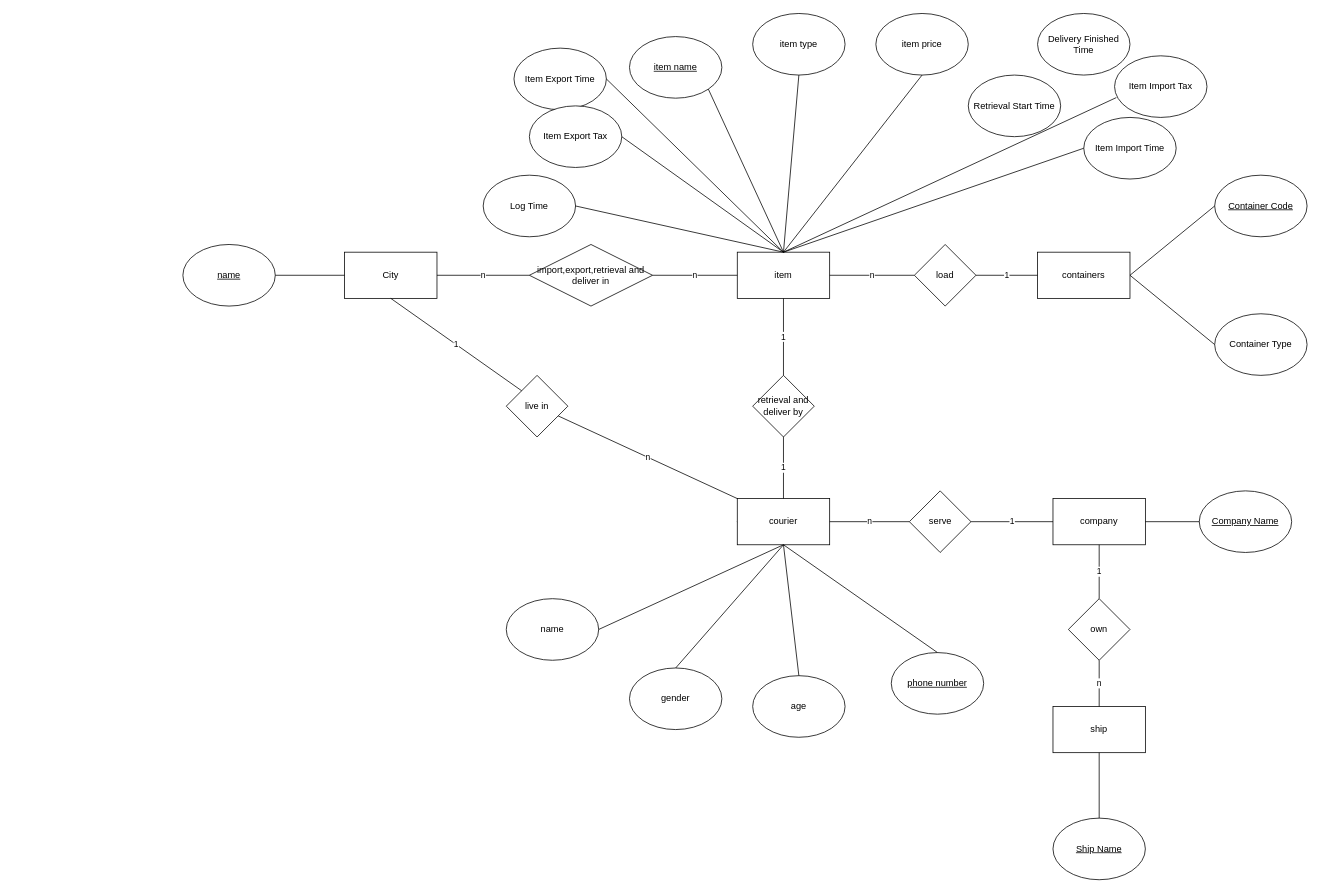
Before: er.drawio in lnsxy/CS307_project1, a draw.io diagram. Source tidied: cells renumbered, new cells numbered last; positions are measured from the earlier drawing's top-left corner, leaving out a move shared by most shapes. Both pictures are drawn from the tidied source at 77%, with x=0, y=0 at pixel (182, 13).
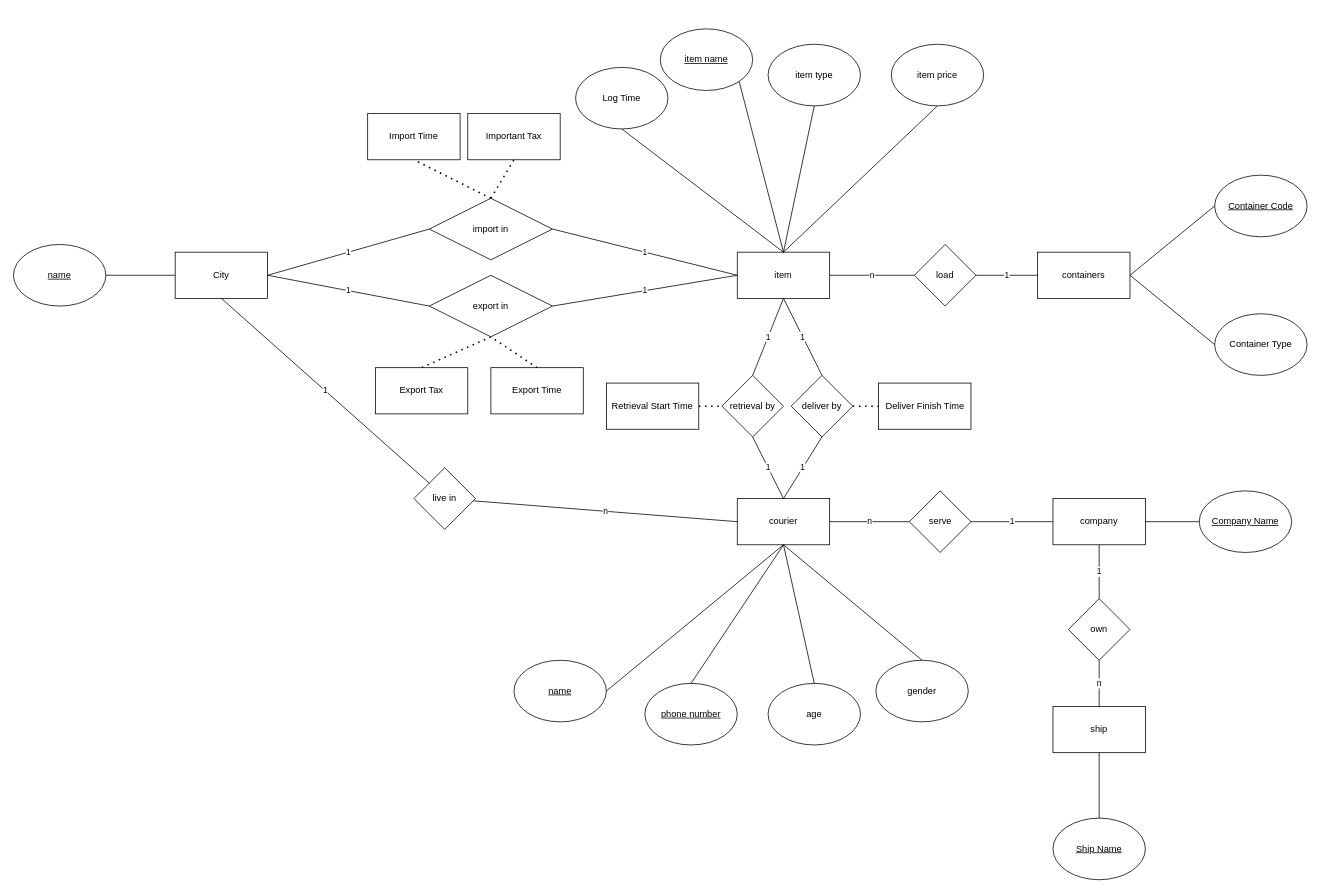
Above is the later version.

The change refers to these unchanged cells:
```xml
<mxCell id="2" value="item" style="rounded=0;whiteSpace=wrap;html=1;" parent="1" vertex="1">
  <mxGeometry x="720" y="310" width="120" height="60" as="geometry" />
</mxCell>
<mxCell id="10" value="courier" style="rounded=0;whiteSpace=wrap;html=1;" parent="1" vertex="1">
  <mxGeometry x="720" y="630" width="120" height="60" as="geometry" />
</mxCell>
```

What changed in the source:
```diff
@@
     <mxCell id="3" value="item name" style="ellipse;whiteSpace=wrap;html=1;fontStyle=4;" parent="1" vertex="1">
-      <mxGeometry x="580" y="30" width="120" height="80" as="geometry" />
+      <mxGeometry x="620" y="20" width="120" height="80" as="geometry" />
     </mxCell>
@@
     <mxCell id="5" value="item type" style="ellipse;whiteSpace=wrap;html=1;" parent="1" vertex="1">
-      <mxGeometry x="740" width="120" height="80" as="geometry" />
+      <mxGeometry x="760" y="40" width="120" height="80" as="geometry" />
     </mxCell>
@@
     <mxCell id="7" value="item price" style="ellipse;whiteSpace=wrap;html=1;" parent="1" vertex="1">
-      <mxGeometry x="900" width="120" height="80" as="geometry" />
+      <mxGeometry x="920" y="40" width="120" height="80" as="geometry" />
     </mxCell>
@@
-    <mxCell id="14" value="&#10;&#10;Retrieval Start Time&#10;&#10;" style="ellipse;whiteSpace=wrap;html=1;" parent="1" vertex="1">
-      <mxGeometry x="1020" y="80" width="120" height="80" as="geometry" />
-    </mxCell>
-    <mxCell id="15" value="name" style="ellipse;whiteSpace=wrap;html=1;" parent="1" vertex="1">
-      <mxGeometry x="420" y="760" width="120" height="80" as="geometry" />
+    <mxCell id="15" value="&lt;u&gt;name&lt;/u&gt;" style="ellipse;whiteSpace=wrap;html=1;" parent="1" vertex="1">
+      <mxGeometry x="430" y="840" width="120" height="80" as="geometry" />
     </mxCell>
     <mxCell id="16" value="gender" style="ellipse;whiteSpace=wrap;html=1;" parent="1" vertex="1">
-      <mxGeometry x="580" y="850" width="120" height="80" as="geometry" />
+      <mxGeometry x="900" y="840" width="120" height="80" as="geometry" />
     </mxCell>
     <mxCell id="17" value="age" style="ellipse;whiteSpace=wrap;html=1;" parent="1" vertex="1">
-      <mxGeometry x="740" y="860" width="120" height="80" as="geometry" />
+      <mxGeometry x="760" y="870" width="120" height="80" as="geometry" />
     </mxCell>
     <mxCell id="18" value="phone number" style="ellipse;whiteSpace=wrap;html=1;fontStyle=4;" parent="1" vertex="1">
-      <mxGeometry x="920" y="830" width="120" height="80" as="geometry" />
+      <mxGeometry x="600" y="870" width="120" height="80" as="geometry" />
     </mxCell>
@@
-    <mxCell id="23" value="Delivery Finished Time" style="ellipse;whiteSpace=wrap;html=1;" parent="1" vertex="1">
-      <mxGeometry x="1110" width="120" height="80" as="geometry" />
-    </mxCell>
-    <mxCell id="24" value="Item Import Time" style="ellipse;whiteSpace=wrap;html=1;" parent="1" vertex="1">
-      <mxGeometry x="1170" y="135" width="120" height="80" as="geometry" />
-    </mxCell>
-    <mxCell id="25" value="Item Import Tax" style="ellipse;whiteSpace=wrap;html=1;" parent="1" vertex="1">
-      <mxGeometry x="1210" y="55" width="120" height="80" as="geometry" />
-    </mxCell>
-    <mxCell id="26" value="Item Export Time" style="ellipse;whiteSpace=wrap;html=1;" parent="1" vertex="1">
-      <mxGeometry x="430" y="45" width="120" height="80" as="geometry" />
-    </mxCell>
-    <mxCell id="27" value="Item Export Tax" style="ellipse;whiteSpace=wrap;html=1;" parent="1" vertex="1">
-      <mxGeometry x="450" y="120" width="120" height="80" as="geometry" />
-    </mxCell>
@@
     <mxCell id="34" value="Log Time" style="ellipse;whiteSpace=wrap;html=1;" parent="1" vertex="1">
-      <mxGeometry x="390" y="210" width="120" height="80" as="geometry" />
+      <mxGeometry x="510" y="70" width="120" height="80" as="geometry" />
     </mxCell>
@@
     <mxCell id="42" value="City" style="rounded=0;whiteSpace=wrap;html=1;" parent="1" vertex="1">
-      <mxGeometry x="210" y="310" width="120" height="60" as="geometry" />
+      <mxGeometry x="-10" y="310" width="120" height="60" as="geometry" />
     </mxCell>
-    <mxCell id="43" value="retrieval and deliver by" style="rhombus;whiteSpace=wrap;html=1;" parent="1" vertex="1">
-      <mxGeometry x="740" y="470" width="80" height="80" as="geometry" />
+    <mxCell id="43" value="retrieval by" style="rhombus;whiteSpace=wrap;html=1;" parent="1" vertex="1">
+      <mxGeometry x="700" y="470" width="80" height="80" as="geometry" />
     </mxCell>
@@
-    <mxCell id="49" style="endArrow=none;html=1;exitX=1;exitY=0.5;exitDx=0;exitDy=0;entryX=0.5;entryY=0;entryDx=0;entryDy=0;" parent="1" edge="1" source="26" target="2">
-      <mxGeometry relative="1" as="geometry" />
-    </mxCell>
-    <mxCell id="50" style="endArrow=none;html=1;exitX=0;exitY=0.5;exitDx=0;exitDy=0;" parent="1" edge="1" source="24">
-      <mxGeometry relative="1" as="geometry">
-        <mxPoint x="780" y="310" as="targetPoint" />
-      </mxGeometry>
-    </mxCell>
-    <mxCell id="51" style="endArrow=none;html=1;exitX=0.5;exitY=0;exitDx=0;exitDy=0;entryX=0.019;entryY=0.678;entryDx=0;entryDy=0;entryPerimeter=0;" parent="1" edge="1" source="2" target="25">
-      <mxGeometry relative="1" as="geometry" />
-    </mxCell>
-    <mxCell id="52" style="endArrow=none;html=1;exitX=1;exitY=0.5;exitDx=0;exitDy=0;" parent="1" edge="1" source="27">
-      <mxGeometry relative="1" as="geometry">
-        <mxPoint x="780" y="310" as="targetPoint" />
-      </mxGeometry>
-    </mxCell>
-    <mxCell id="53" value="import,export,retrieval and deliver in" style="rhombus;whiteSpace=wrap;html=1;" parent="1" vertex="1">
-      <mxGeometry x="450" y="300" width="160" height="80" as="geometry" />
+    <mxCell id="53" value="import in" style="rhombus;whiteSpace=wrap;html=1;" parent="1" vertex="1">
+      <mxGeometry x="320" y="240" width="160" height="80" as="geometry" />
     </mxCell>
-    <mxCell id="54" value="n" style="endArrow=none;html=1;exitX=1;exitY=0.5;exitDx=0;exitDy=0;" parent="1" edge="1" source="53">
+    <mxCell id="54" value="1" style="endArrow=none;html=1;exitX=1;exitY=0.5;exitDx=0;exitDy=0;" parent="1" edge="1" source="53">
       <mxGeometry relative="1" as="geometry">
         <mxPoint x="720" y="340" as="targetPoint" />
       </mxGeometry>
     </mxCell>
-    <mxCell id="55" value="n" style="endArrow=none;html=1;exitX=1;exitY=0.5;exitDx=0;exitDy=0;entryX=0;entryY=0.5;entryDx=0;entryDy=0;" parent="1" edge="1" source="42" target="53">
+    <mxCell id="55" value="1" style="endArrow=none;html=1;exitX=1;exitY=0.5;exitDx=0;exitDy=0;entryX=0;entryY=0.5;entryDx=0;entryDy=0;" parent="1" edge="1" source="42" target="53">
       <mxGeometry relative="1" as="geometry" />
     </mxCell>
-    <mxCell id="56" value="n" style="endArrow=none;html=1;exitX=0;exitY=0;exitDx=0;exitDy=0;" parent="1" edge="1" source="10" target="57">
+    <mxCell id="56" value="n" style="endArrow=none;html=1;exitX=0;exitY=0.5;exitDx=0;exitDy=0;" parent="1" edge="1" source="10" target="57">
       <mxGeometry relative="1" as="geometry" />
     </mxCell>
     <mxCell id="57" value="live in" style="rhombus;whiteSpace=wrap;html=1;" parent="1" vertex="1">
-      <mxGeometry x="420" y="470" width="80" height="80" as="geometry" />
+      <mxGeometry x="300" y="590" width="80" height="80" as="geometry" />
     </mxCell>
@@
-    <mxCell id="59" style="endArrow=none;html=1;exitX=1;exitY=0.5;exitDx=0;exitDy=0;entryX=0.5;entryY=0;entryDx=0;entryDy=0;" parent="1" edge="1" source="34" target="2">
+    <mxCell id="59" style="endArrow=none;html=1;exitX=0.5;exitY=1;exitDx=0;exitDy=0;entryX=0.5;entryY=0;entryDx=0;entryDy=0;" parent="1" edge="1" source="34" target="2">
       <mxGeometry relative="1" as="geometry" />
     </mxCell>
@@
     <mxCell id="61" value="name" style="ellipse;whiteSpace=wrap;html=1;fontStyle=4;" parent="1" vertex="1">
-      <mxGeometry y="300" width="120" height="80" as="geometry" />
+      <mxGeometry x="-220" y="300" width="120" height="80" as="geometry" />
     </mxCell>
@@
+    <mxCell id="14" value="Retrieval Start Time" style="rounded=0;whiteSpace=wrap;html=1;" parent="1" vertex="1">
+      <mxGeometry x="550" y="480" width="120" height="60" as="geometry" />
+    </mxCell>
+    <mxCell id="63" style="endArrow=none;dashed=1;html=1;dashPattern=1 3;strokeWidth=2;exitX=1;exitY=0.5;exitDx=0;exitDy=0;entryX=0;entryY=0.5;entryDx=0;entryDy=0;" parent="1" edge="1" source="14" target="43">
+      <mxGeometry relative="1" as="geometry" />
+    </mxCell>
+    <mxCell id="64" value="Deliver Finish Time" style="rounded=0;whiteSpace=wrap;html=1;" parent="1" vertex="1">
+      <mxGeometry x="903.5" y="480" width="120" height="60" as="geometry" />
+    </mxCell>
+    <mxCell id="65" style="endArrow=none;dashed=1;html=1;dashPattern=1 3;strokeWidth=2;exitX=1;exitY=0.5;exitDx=0;exitDy=0;entryX=0;entryY=0.5;entryDx=0;entryDy=0;" parent="1" edge="1" source="77" target="64">
+      <mxGeometry relative="1" as="geometry" />
+    </mxCell>
+    <mxCell id="66" value="Import Time" style="rounded=0;whiteSpace=wrap;html=1;" parent="1" vertex="1">
+      <mxGeometry x="240" y="130" width="120" height="60" as="geometry" />
+    </mxCell>
+    <mxCell id="67" style="endArrow=none;dashed=1;html=1;dashPattern=1 3;strokeWidth=2;exitX=0.5;exitY=0;exitDx=0;exitDy=0;entryX=0.5;entryY=1;entryDx=0;entryDy=0;" parent="1" edge="1" source="53" target="66">
+      <mxGeometry relative="1" as="geometry" />
+    </mxCell>
+    <mxCell id="68" value="Export Time" style="rounded=0;whiteSpace=wrap;html=1;" parent="1" vertex="1">
+      <mxGeometry x="400" y="460" width="120" height="60" as="geometry" />
+    </mxCell>
+    <mxCell id="69" value="Important Tax" style="rounded=0;whiteSpace=wrap;html=1;" parent="1" vertex="1">
+      <mxGeometry x="370" y="130" width="120" height="60" as="geometry" />
+    </mxCell>
+    <mxCell id="70" style="endArrow=none;dashed=1;html=1;dashPattern=1 3;strokeWidth=2;exitX=0.5;exitY=0;exitDx=0;exitDy=0;entryX=0.5;entryY=1;entryDx=0;entryDy=0;" parent="1" edge="1" source="53" target="69">
+      <mxGeometry relative="1" as="geometry" />
+    </mxCell>
+    <mxCell id="71" style="endArrow=none;dashed=1;html=1;dashPattern=1 3;strokeWidth=2;entryX=0.5;entryY=0;entryDx=0;entryDy=0;exitX=0.5;exitY=1;exitDx=0;exitDy=0;" parent="1" edge="1" source="74" target="72">
+      <mxGeometry relative="1" as="geometry" />
+    </mxCell>
+    <mxCell id="72" value="Export Tax" style="rounded=0;whiteSpace=wrap;html=1;" parent="1" vertex="1">
+      <mxGeometry x="250" y="460" width="120" height="60" as="geometry" />
+    </mxCell>
+    <mxCell id="73" style="endArrow=none;dashed=1;html=1;dashPattern=1 3;strokeWidth=2;exitX=0.5;exitY=0;exitDx=0;exitDy=0;entryX=0.5;entryY=1;entryDx=0;entryDy=0;" parent="1" edge="1" source="68" target="74">
+      <mxGeometry relative="1" as="geometry" />
+    </mxCell>
+    <mxCell id="74" value="export in" style="rhombus;whiteSpace=wrap;html=1;" parent="1" vertex="1">
+      <mxGeometry x="320" y="340" width="160" height="80" as="geometry" />
+    </mxCell>
+    <mxCell id="75" value="1" style="endArrow=none;html=1;exitX=1;exitY=0.5;exitDx=0;exitDy=0;entryX=0;entryY=0.5;entryDx=0;entryDy=0;" parent="1" edge="1" source="42" target="74">
+      <mxGeometry relative="1" as="geometry" />
+    </mxCell>
+    <mxCell id="76" value="1" style="endArrow=none;html=1;entryX=0;entryY=0.5;entryDx=0;entryDy=0;exitX=1;exitY=0.5;exitDx=0;exitDy=0;" parent="1" edge="1" source="74" target="2">
+      <mxGeometry relative="1" as="geometry" />
+    </mxCell>
+    <mxCell id="77" value="deliver by" style="rhombus;whiteSpace=wrap;html=1;" parent="1" vertex="1">
+      <mxGeometry x="790" y="470" width="80" height="80" as="geometry" />
+    </mxCell>
+    <mxCell id="78" value="1" style="endArrow=none;html=1;entryX=0.5;entryY=1;entryDx=0;entryDy=0;exitX=0.5;exitY=0;exitDx=0;exitDy=0;" parent="1" edge="1" source="77" target="2">
+      <mxGeometry relative="1" as="geometry" />
+    </mxCell>
+    <mxCell id="79" value="1" style="endArrow=none;html=1;entryX=0.5;entryY=1;entryDx=0;entryDy=0;exitX=0.5;exitY=0;exitDx=0;exitDy=0;" parent="1" edge="1" source="10" target="77">
+      <mxGeometry relative="1" as="geometry" />
+    </mxCell>
```
